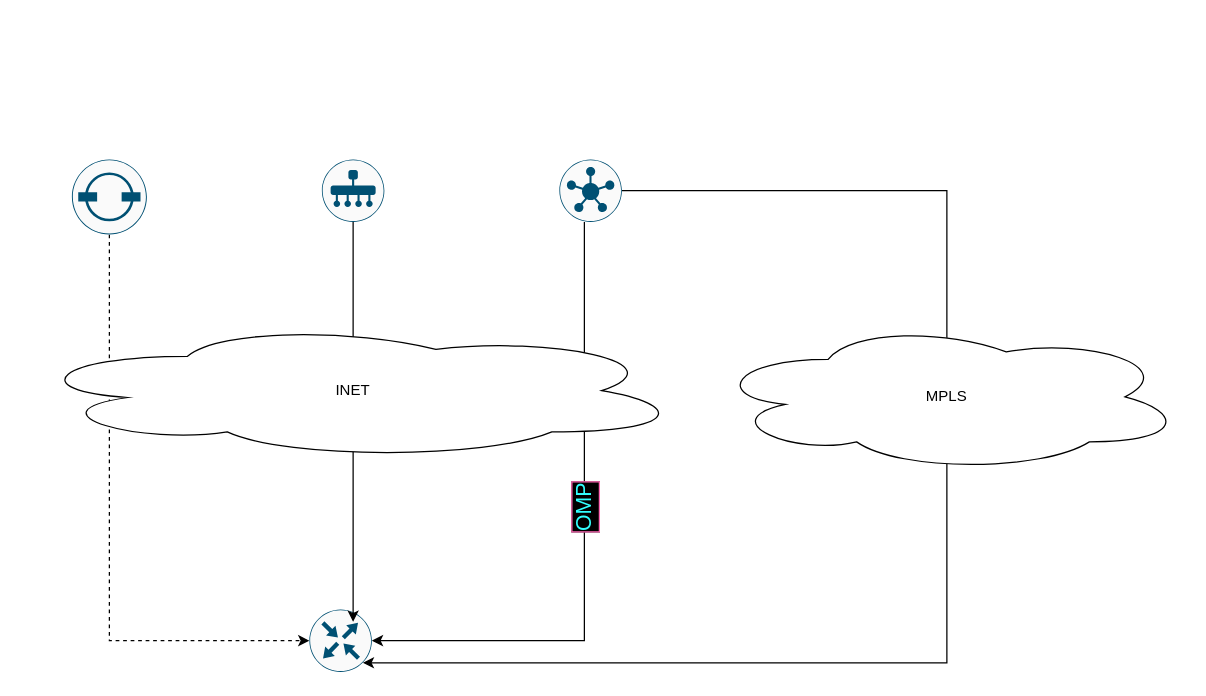
This is Untitled Diagram.drawio from dragonka79/root, a draw.io file, before an edit. Source tidied: cells renumbered, new cells numbered last; positions are measured from the earlier drawing's top-left corner, leaving out a move shared by most shapes. Both pictures are drawn from the tidied source at 125%, with x=0, y=0 at pixel (21, 159).
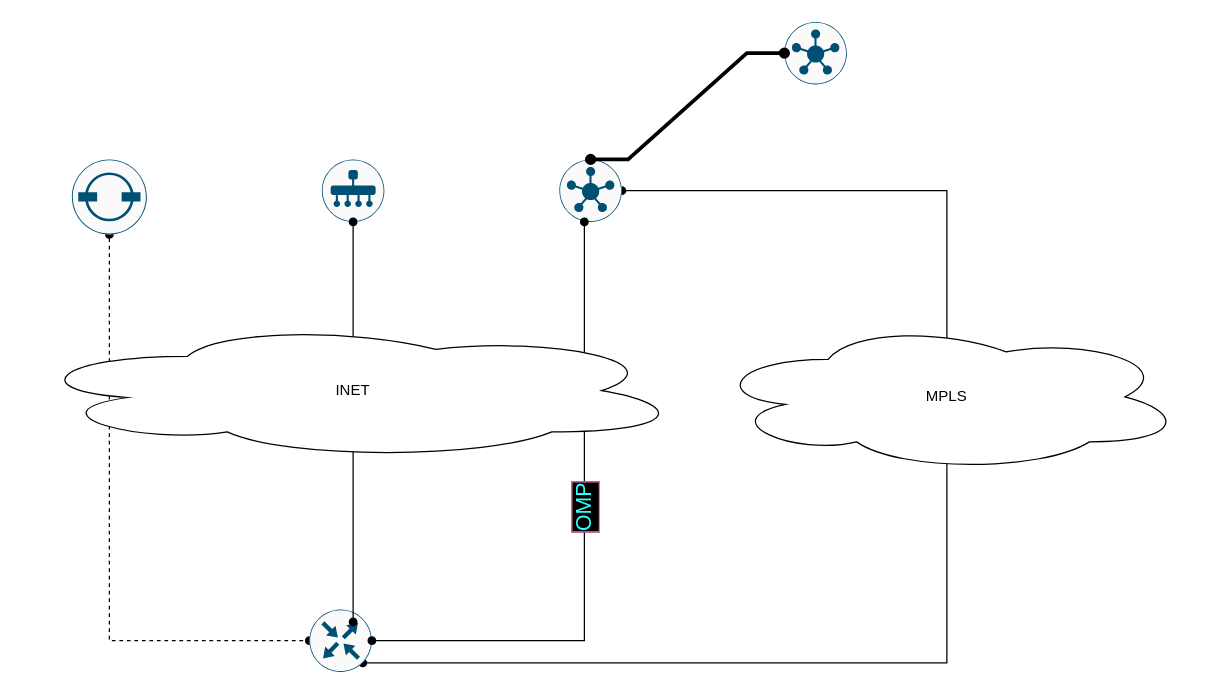
Above is the later version.

Diff of the diagram source:
```diff
@@
 <mxGraphModel>
   <root>
     <mxCell id="0" />
     <mxCell id="1" parent="0" />
-    <mxCell id="2" style="edgeStyle=orthogonalEdgeStyle;rounded=0;jettySize=auto;html=1;dashed=1;" parent="1" edge="1" source="3" target="7">
+    <mxCell id="2" style="edgeStyle=orthogonalEdgeStyle;rounded=0;jettySize=auto;html=1;dashed=1;startArrow=oval;startFill=1;endArrow=oval;endFill=1;" parent="1" edge="1" source="3" target="7">
       <mxGeometry relative="1" as="geometry">
         <Array as="points">
           <mxPoint x="70" y="385" />
         </Array>
       </mxGeometry>
     </mxCell>
     <mxCell id="3" style="sketch=0;points=[[0.5,0,0],[1,0.5,0],[0.5,1,0],[0,0.5,0],[0.145,0.145,0],[0.8555,0.145,0],[0.855,0.8555,0],[0.145,0.855,0]];verticalLabelPosition=bottom;html=1;verticalAlign=top;align=center;shape=mxgraph.cisco19.rect;prIcon=vbond;fillColor=#FAFAFA;strokeColor=#005073;rotation=0;" parent="1" vertex="1">
       <mxGeometry x="40" width="60" height="60" as="geometry" />
     </mxCell>
     <mxCell id="4" style="sketch=0;points=[[0.5,0,0],[1,0.5,0],[0.5,1,0],[0,0.5,0],[0.145,0.145,0],[0.8555,0.145,0],[0.855,0.8555,0],[0.145,0.855,0]];verticalLabelPosition=bottom;html=1;verticalAlign=top;align=center;shape=mxgraph.cisco19.rect;prIcon=vmanage;fillColor=#FAFAFA;strokeColor=#005073;" parent="1" vertex="1">
       <mxGeometry x="240" width="50" height="50" as="geometry" />
     </mxCell>
-    <mxCell id="5" style="edgeStyle=orthogonalEdgeStyle;rounded=0;jettySize=auto;html=1;entryX=0.855;entryY=0.8555;entryDx=0;entryDy=0;entryPerimeter=0;" parent="1" edge="1" source="6" target="7">
+    <mxCell id="5" style="edgeStyle=orthogonalEdgeStyle;rounded=0;jettySize=auto;html=1;entryX=0.855;entryY=0.8555;entryDx=0;entryDy=0;entryPerimeter=0;startArrow=oval;startFill=1;endArrow=oval;endFill=1;" parent="1" edge="1" source="6" target="7">
       <mxGeometry relative="1" as="geometry">
         <Array as="points">
           <mxPoint x="740" y="25" />
           <mxPoint x="740" y="403" />
         </Array>
       </mxGeometry>
     </mxCell>
     <mxCell id="6" style="sketch=0;points=[[0.5,0,0],[1,0.5,0],[0.5,1,0],[0,0.5,0],[0.145,0.145,0],[0.8555,0.145,0],[0.855,0.8555,0],[0.145,0.855,0]];verticalLabelPosition=bottom;html=1;verticalAlign=top;align=center;shape=mxgraph.cisco19.rect;prIcon=vsmart;fillColor=#FAFAFA;strokeColor=#005073;" parent="1" vertex="1">
       <mxGeometry x="430" width="50" height="50" as="geometry" />
     </mxCell>
     <mxCell id="7" style="sketch=0;points=[[0.5,0,0],[1,0.5,0],[0.5,1,0],[0,0.5,0],[0.145,0.145,0],[0.8555,0.145,0],[0.855,0.8555,0],[0.145,0.855,0]];verticalLabelPosition=bottom;html=1;verticalAlign=top;align=center;shape=mxgraph.cisco19.rect;prIcon=router;fillColor=#FAFAFA;strokeColor=#005073;" parent="1" vertex="1">
       <mxGeometry x="230" y="360" width="50" height="50" as="geometry" />
     </mxCell>
-    <mxCell id="8" style="edgeStyle=orthogonalEdgeStyle;rounded=0;jettySize=auto;html=1;entryX=0.7;entryY=0.2;entryDx=0;entryDy=0;entryPerimeter=0;" parent="1" edge="1" source="4" target="7">
+    <mxCell id="8" style="edgeStyle=orthogonalEdgeStyle;rounded=0;jettySize=auto;html=1;entryX=0.7;entryY=0.2;entryDx=0;entryDy=0;entryPerimeter=0;startArrow=oval;startFill=1;endArrow=oval;endFill=1;" parent="1" edge="1" source="4" target="7">
       <mxGeometry relative="1" as="geometry" />
     </mxCell>
-    <mxCell id="9" style="edgeStyle=orthogonalEdgeStyle;rounded=0;jettySize=auto;html=1;entryX=1;entryY=0.5;entryDx=0;entryDy=0;entryPerimeter=0;" parent="1" edge="1" source="6" target="7">
+    <mxCell id="9" style="edgeStyle=orthogonalEdgeStyle;rounded=0;jettySize=auto;html=1;entryX=1;entryY=0.5;entryDx=0;entryDy=0;entryPerimeter=0;endArrow=oval;endFill=1;startArrow=oval;startFill=1;" parent="1" edge="1" source="6" target="7">
       <mxGeometry relative="1" as="geometry">
         <Array as="points">
           <mxPoint x="450" y="385" />
         </Array>
       </mxGeometry>
     </mxCell>
     <mxCell id="10" value="OMP" style="edgeLabel;html=1;align=center;verticalAlign=middle;imageWidth=24;imageHeight=24;rotation=270;arcSize=12;imageAspect=0;fontSize=17;labelBorderColor=#FF66B3;fontColor=#33FFFF;labelBackgroundColor=#000000;" parent="9" vertex="1">
       <mxGeometry x="-0.12" y="1" relative="1" as="geometry">
         <mxPoint x="-1" y="8" as="offset" />
       </mxGeometry>
     </mxCell>
     <mxCell id="11" value="INET" style="ellipse;shape=cloud;whiteSpace=wrap;html=1;" parent="1" vertex="1">
       <mxGeometry y="130" width="530" height="110" as="geometry" />
     </mxCell>
     <mxCell id="12" value="MPLS" style="ellipse;shape=cloud;whiteSpace=wrap;html=1;" parent="1" vertex="1">
       <mxGeometry x="550" y="130" width="380" height="120" as="geometry" />
     </mxCell>
+    <mxCell id="13" style="sketch=0;points=[[0.5,0,0],[1,0.5,0],[0.5,1,0],[0,0.5,0],[0.145,0.145,0],[0.8555,0.145,0],[0.855,0.8555,0],[0.145,0.855,0]];verticalLabelPosition=bottom;html=1;verticalAlign=top;align=center;shape=mxgraph.cisco19.rect;prIcon=vsmart;fillColor=#FAFAFA;strokeColor=#005073;" parent="1" vertex="1">
+      <mxGeometry x="610" y="-110" width="50" height="50" as="geometry" />
+    </mxCell>
+    <mxCell id="14" style="rounded=0;jettySize=auto;html=1;entryX=0.5;entryY=0;entryDx=0;entryDy=0;entryPerimeter=0;endArrow=oval;endFill=1;strokeWidth=3;edgeStyle=entityRelationEdgeStyle;startArrow=oval;startFill=1;" parent="1" edge="1" source="13" target="6">
+      <mxGeometry relative="1" as="geometry" />
+    </mxCell>
   </root>
 </mxGraphModel>
```
